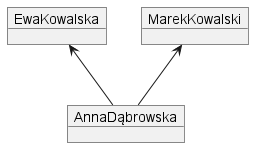
The PlantUML diagram UmlDiagram.png in Lukasz1x/Geneaology-project, before a commit.
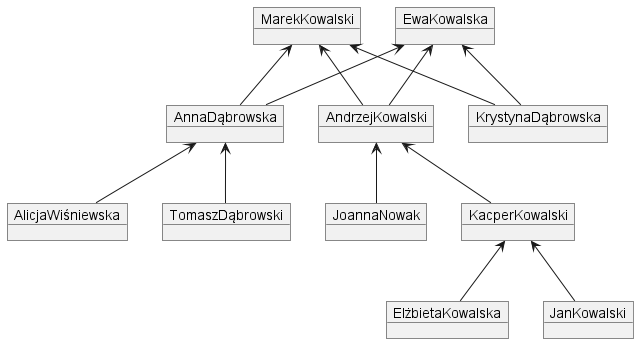
After the commit.

Diff of the diagram source:
```diff
@@ -1,7 +1,25 @@
 @startuml
+object MarekKowalski
+object EwaKowalska
 object AnnaDąbrowska
-object EwaKowalska
+object AndrzejKowalski
+object KrystynaDąbrowska
+object AlicjaWiśniewska
+object TomaszDąbrowski
+object JoannaNowak
+object KacperKowalski
+object ElżbietaKowalska
+object JanKowalski
 EwaKowalska <-- AnnaDąbrowska
-object MarekKowalski
 MarekKowalski <-- AnnaDąbrowska
+EwaKowalska <-- AndrzejKowalski
+MarekKowalski <-- AndrzejKowalski
+EwaKowalska <-- KrystynaDąbrowska
+MarekKowalski <-- KrystynaDąbrowska
+AnnaDąbrowska <-- AlicjaWiśniewska
+AnnaDąbrowska <-- TomaszDąbrowski
+AndrzejKowalski <-- JoannaNowak
+AndrzejKowalski <-- KacperKowalski
+KacperKowalski <-- ElżbietaKowalska
+KacperKowalski <-- JanKowalski
 @enduml
```
